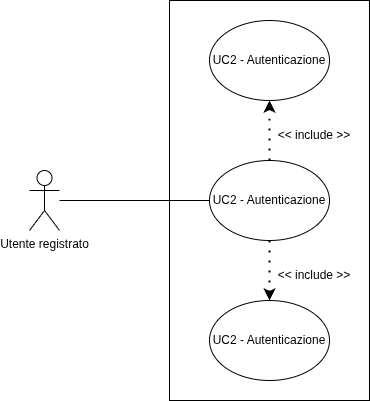
Earlier version of the draw.io export assets/diagrams/UC2.png (SkarabGroup/DocumentazioneProgetto). Source tidied: cells renumbered, new cells last; positions are measured from the earlier drawing's top-left corner, leaving out a move shared by most shapes.
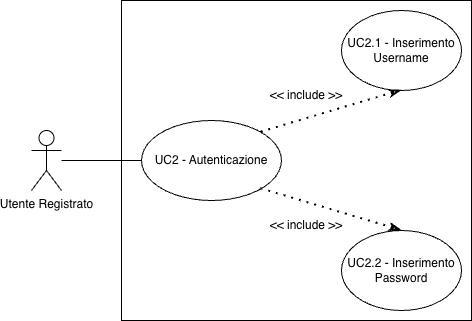
After the commit.

Change to the diagram source:
```diff
@@ -1,41 +1,36 @@
-<mxGraphModel background="light-dark(#FFFFFF,#FFFFFF)">
+<mxGraphModel>
   <root>
     <mxCell id="0" />
     <mxCell id="1" parent="0" />
-    <mxCell id="2" style="edgeStyle=orthogonalEdgeStyle;rounded=0;jettySize=auto;html=1;entryX=0.5;entryY=1;entryDx=0;entryDy=0;strokeColor=light-dark(#000000,#000000);dashed=1;dashPattern=1 4;strokeWidth=2;" parent="1" edge="1" source="3" target="5">
-      <mxGeometry relative="1" as="geometry" />
-    </mxCell>
-    <mxCell id="3" value="&lt;font style=&quot;color: light-dark(rgb(0, 0, 0), rgb(0, 0, 0));&quot;&gt;UC2 - Autenticazione&lt;/font&gt;" style="ellipse;whiteSpace=wrap;html=1;fillColor=none;strokeColor=light-dark(#000000,#000000);" parent="1" vertex="1">
-      <mxGeometry x="180" y="160" width="120" height="80" as="geometry" />
-    </mxCell>
-    <mxCell id="4" value="&lt;font style=&quot;color: light-dark(rgb(0, 0, 0), rgb(0, 0, 0));&quot;&gt;UC2 - Autenticazione&lt;/font&gt;" style="ellipse;whiteSpace=wrap;html=1;fillColor=none;strokeColor=light-dark(#000000,#000000);" parent="1" vertex="1">
-      <mxGeometry x="180" y="300" width="120" height="80" as="geometry" />
-    </mxCell>
-    <mxCell id="5" value="&lt;font style=&quot;color: light-dark(rgb(0, 0, 0), rgb(0, 0, 0));&quot;&gt;UC2 - Autenticazione&lt;/font&gt;" style="ellipse;whiteSpace=wrap;html=1;fillColor=none;strokeColor=light-dark(#000000,#000000);" parent="1" vertex="1">
-      <mxGeometry x="180" y="20" width="120" height="80" as="geometry" />
-    </mxCell>
-    <mxCell id="6" style="edgeStyle=orthogonalEdgeStyle;rounded=0;jettySize=auto;html=1;entryX=0.5;entryY=0;entryDx=0;entryDy=0;strokeColor=light-dark(#000000,#000000);dashed=1;dashPattern=1 4;exitX=0.5;exitY=1;exitDx=0;exitDy=0;strokeWidth=2;endSize=6;jumpSize=6;" parent="1" edge="1" source="3" target="4">
-      <mxGeometry relative="1" as="geometry">
-        <Array as="points">
-          <mxPoint x="240" y="280" />
-          <mxPoint x="240" y="280" />
-        </Array>
-      </mxGeometry>
-    </mxCell>
-    <mxCell id="7" value="&amp;lt;&amp;lt; include &amp;gt;&amp;gt;" style="text;html=1;whiteSpace=wrap;strokeColor=none;fillColor=none;align=center;verticalAlign=middle;rounded=0;fontColor=light-dark(#000000,#000000);" parent="1" vertex="1">
-      <mxGeometry x="240" y="120" width="90" height="30" as="geometry" />
-    </mxCell>
-    <mxCell id="8" value="&amp;lt;&amp;lt; include &amp;gt;&amp;gt;" style="text;html=1;whiteSpace=wrap;strokeColor=none;fillColor=none;align=center;verticalAlign=middle;rounded=0;fontColor=light-dark(#000000,#000000);" parent="1" vertex="1">
-      <mxGeometry x="240" y="260" width="90" height="30" as="geometry" />
-    </mxCell>
-    <mxCell id="9" style="endArrow=none;html=1;rounded=0;entryX=0;entryY=0.5;entryDx=0;entryDy=0;strokeColor=light-dark(#000000,#000000);strokeWidth=1;" parent="1" edge="1" source="10" target="3">
-      <mxGeometry relative="1" as="geometry" />
-    </mxCell>
-    <mxCell id="10" value="&lt;font style=&quot;color: light-dark(rgb(0, 0, 0), rgb(0, 0, 0));&quot;&gt;Utente registrato&lt;/font&gt;" style="shape=umlActor;verticalLabelPosition=bottom;verticalAlign=top;html=1;outlineConnect=0;strokeColor=light-dark(#000000,#000000);fillColor=light-dark(#FFFFFF,#FFFFFF);" parent="1" vertex="1">
-      <mxGeometry y="170" width="30" height="60" as="geometry" />
-    </mxCell>
-    <mxCell id="11" style="rounded=0;whiteSpace=wrap;html=1;fillColor=none;strokeColor=light-dark(#000000,#000000);perimeterSpacing=1;strokeWidth=1;" parent="1" vertex="1">
-      <mxGeometry x="140" width="200" height="400" as="geometry" />
-    </mxCell>
+    <mxCell id="12" style="rounded=0;whiteSpace=wrap;html=1;" parent="1" vertex="1">
+      <mxGeometry x="90" y="-170" width="350" height="320" as="geometry" />
+    </mxCell>
+    <mxCell id="13" value="Utente Registrato" style="shape=umlActor;verticalLabelPosition=bottom;verticalAlign=top;html=1;outlineConnect=0;" parent="1" vertex="1">
+      <mxGeometry y="-40" width="30" height="60" as="geometry" />
+    </mxCell>
+    <mxCell id="14" value="UC2 - Autenticazione" style="ellipse;whiteSpace=wrap;html=1;" parent="1" vertex="1">
+      <mxGeometry x="110" y="-50" width="140" height="80" as="geometry" />
+    </mxCell>
+    <mxCell id="15" style="endArrow=none;html=1;rounded=0;entryX=0;entryY=0.5;entryDx=0;entryDy=0;" parent="1" edge="1" source="13" target="14">
+      <mxGeometry relative="1" as="geometry" />
+    </mxCell>
+    <mxCell id="16" value="UC2.2 - Inserimento Password" style="ellipse;whiteSpace=wrap;html=1;" parent="1" vertex="1">
+      <mxGeometry x="310" y="60" width="120" height="80" as="geometry" />
+    </mxCell>
+    <mxCell id="17" style="endArrow=classicThin;dashed=1;html=1;dashPattern=1 3;strokeWidth=2;rounded=0;entryX=0.5;entryY=0;entryDx=0;entryDy=0;exitX=1;exitY=1;exitDx=0;exitDy=0;endFill=0;" parent="1" edge="1" source="14" target="16">
+      <mxGeometry relative="1" as="geometry" />
+    </mxCell>
+    <mxCell id="18" value="UC2.1 - Inserimento Username" style="ellipse;whiteSpace=wrap;html=1;" parent="1" vertex="1">
+      <mxGeometry x="310" y="-160" width="120" height="80" as="geometry" />
+    </mxCell>
+    <mxCell id="19" style="endArrow=classicThin;dashed=1;html=1;dashPattern=1 3;strokeWidth=2;rounded=0;exitX=1;exitY=0;exitDx=0;exitDy=0;entryX=0.5;entryY=1;entryDx=0;entryDy=0;startArrow=none;startFill=0;endFill=0;" parent="1" edge="1" source="14" target="18">
+      <mxGeometry relative="1" as="geometry" />
+    </mxCell>
+    <mxCell id="20" value="&amp;lt;&amp;lt; include &amp;gt;&amp;gt;" style="text;html=1;whiteSpace=wrap;strokeColor=none;fillColor=none;align=center;verticalAlign=middle;rounded=0;" parent="1" vertex="1">
+      <mxGeometry x="235" y="-90" width="80" height="30" as="geometry" />
+    </mxCell>
+    <mxCell id="21" value="&amp;lt;&amp;lt; include &amp;gt;&amp;gt;" style="text;html=1;whiteSpace=wrap;strokeColor=none;fillColor=none;align=center;verticalAlign=middle;rounded=0;" parent="1" vertex="1">
+      <mxGeometry x="235" y="40" width="80" height="30" as="geometry" />
+    </mxCell>
   </root>
 </mxGraphModel>
```
